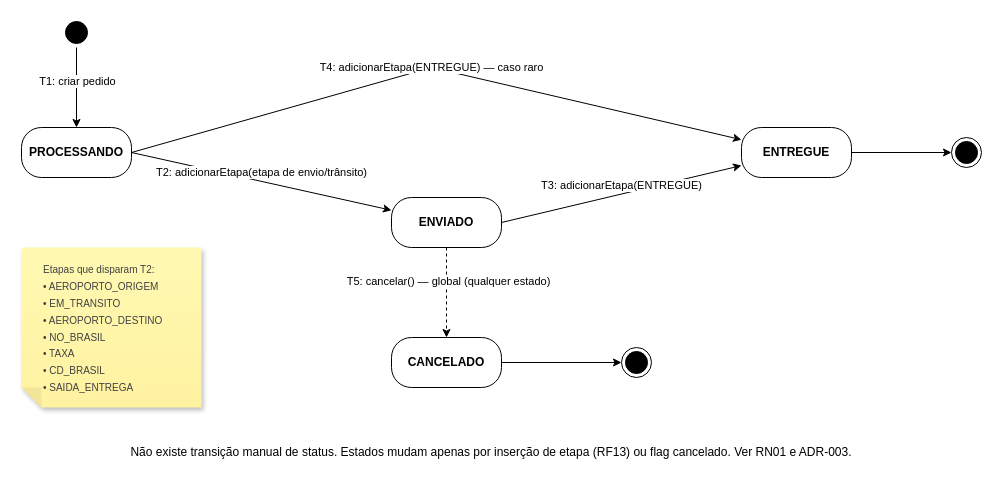
HigorPauulo/importa-ai keeps this draw.io diagram as artefatos/design-de-software/diagrama-estados-statuspedido.drawio. Above is the earlier version. Source tidied: cells renumbered, new cells numbered last; positions are measured from the earlier drawing's top-left corner, leaving out a move shared by most shapes. Both pictures are drawn from the tidied source at 100%, with x=0, y=0 at pixel (21, 17).
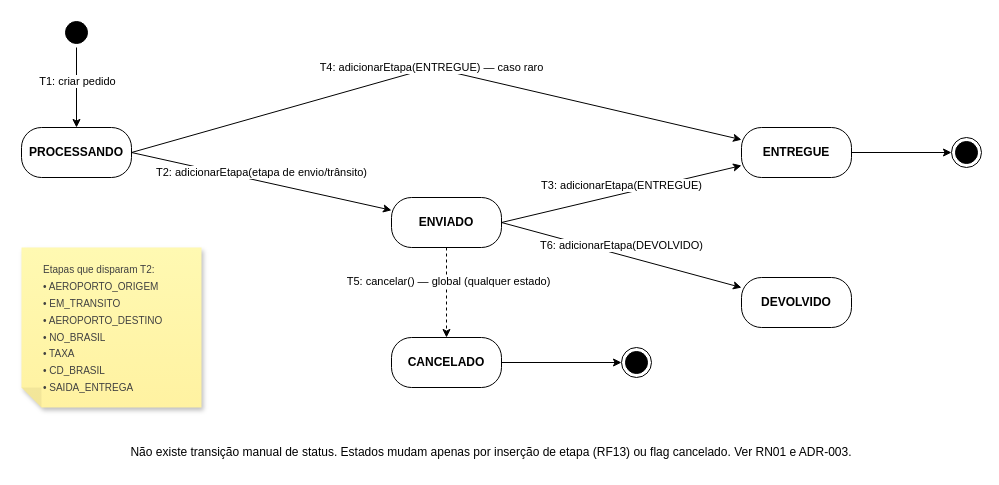
After the change.

Commit message (it also covers changes not shown here):
docs: alinha DER e diagrama de estados (DEVOLVIDO, status derivado)

Unchanged cells that the change refers to:
```xml
<mxCell id="6" value="ENVIADO" style="rounded=1;whiteSpace=wrap;html=1;arcSize=40;fontSize=12;fontStyle=1;" parent="1" vertex="1">
  <mxGeometry x="370" y="180" width="110" height="50" as="geometry" />
</mxCell>
```

Diff of the diagram source:
```diff
@@
+    <mxCell id="21" value="DEVOLVIDO" style="rounded=1;whiteSpace=wrap;html=1;arcSize=40;fontSize=12;fontStyle=1;" parent="1" vertex="1">
+      <mxGeometry x="720" y="260" width="110" height="50" as="geometry" />
+    </mxCell>
+    <mxCell id="22" value="T6: adicionarEtapa(DEVOLVIDO)" style="html=1;verticalAlign=bottom;endArrow=classic;curved=0;rounded=0;exitX=1;exitY=0.5;exitDx=0;exitDy=0;" parent="1" edge="1" source="6" target="21">
+      <mxGeometry relative="1" as="geometry" />
+    </mxCell>
```
